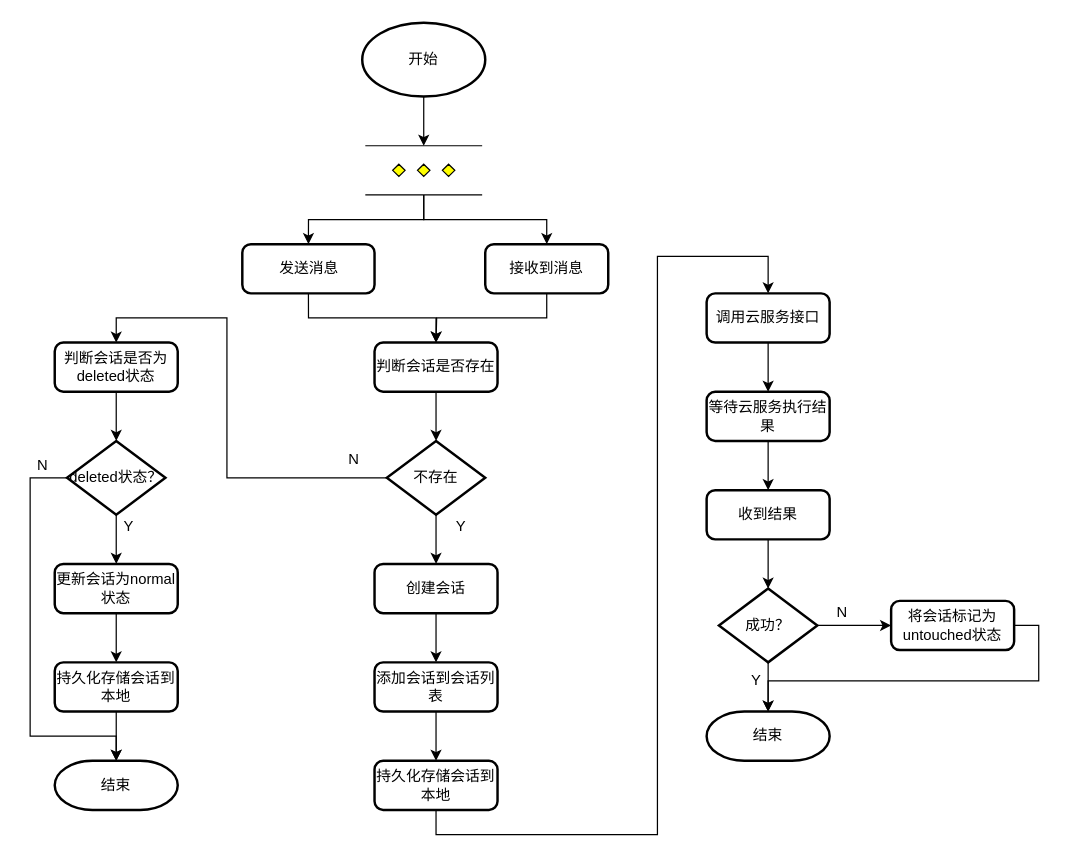
liuao2010/360MobileSafe keeps this draw.io diagram as page "flow-add-conversation" (2 of 11) of 获取会话列表.drawio. Above is the earlier version. Source tidied: cells renumbered, new cells numbered last; positions are measured from the earlier drawing's top-left corner, leaving out a move shared by most shapes. Both pictures are drawn from the tidied source at 123%, with x=0, y=0 at pixel (30, 22).
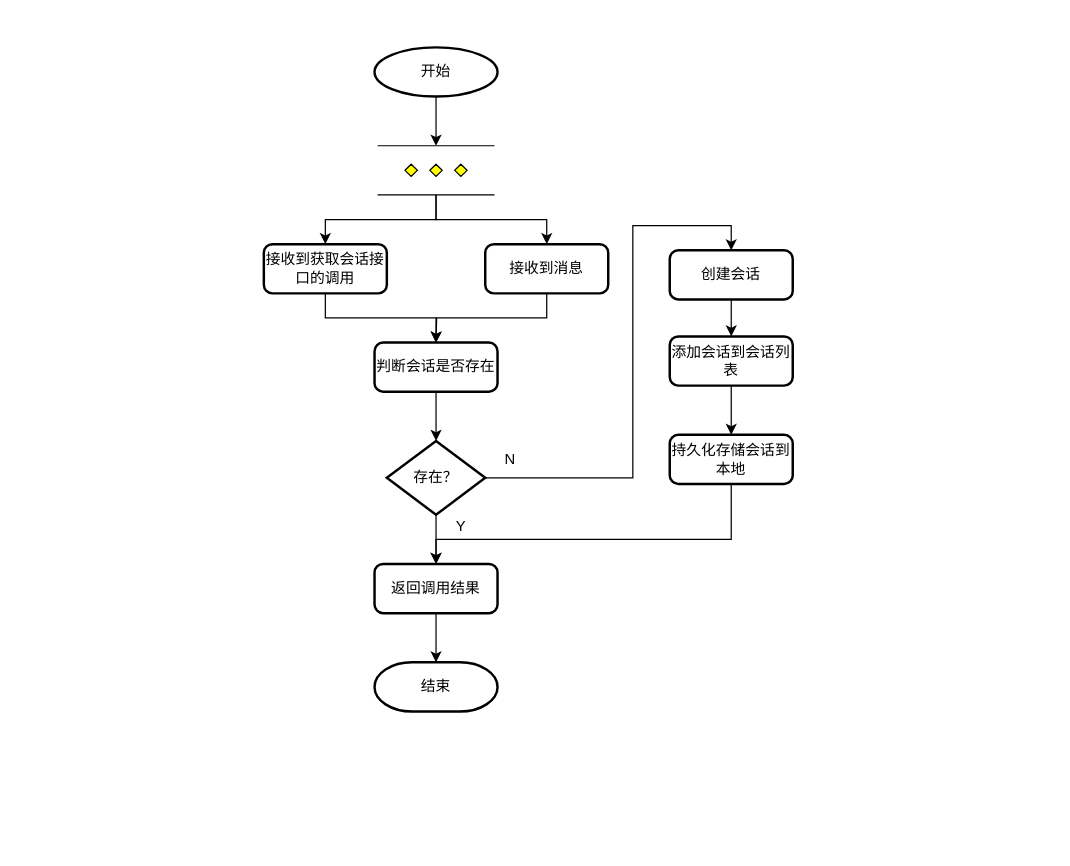
The same page after the edit.

Unchanged cells that the change refers to:
```xml
<mxCell id="10" value="接收到消息" style="rounded=1;whiteSpace=wrap;html=1;absoluteArcSize=1;arcSize=14;strokeWidth=2;" parent="1" vertex="1">
  <mxGeometry x="370" y="180" width="100" height="40" as="geometry" />
</mxCell>
<mxCell id="32" value="判断会话是否存在" style="rounded=1;whiteSpace=wrap;html=1;absoluteArcSize=1;arcSize=14;strokeWidth=2;" parent="1" vertex="1">
  <mxGeometry x="280" y="260" width="100" height="40" as="geometry" />
</mxCell>
```

Diff of the diagram source:
```diff
@@
-    <mxCell id="2" style="edgeStyle=orthogonalEdgeStyle;rounded=0;jettySize=auto;html=1;exitX=0.5;exitY=1;exitDx=0;exitDy=0;exitPerimeter=0;entryX=0.5;entryY=0;entryDx=0;entryDy=0;entryPerimeter=0;" parent="1" edge="1" source="3" target="6">
-      <mxGeometry relative="1" as="geometry" />
-    </mxCell>
+    <mxCell id="50" style="edgeStyle=orthogonalEdgeStyle;rounded=0;jettySize=auto;html=1;exitX=0.5;exitY=1;exitDx=0;exitDy=0;exitPerimeter=0;entryX=0.5;entryY=0;entryDx=0;entryDy=0;entryPerimeter=0;" parent="1" edge="1" source="3" target="61">
+      <mxGeometry relative="1" as="geometry" />
+    </mxCell>
     <mxCell id="3" value="开始" style="strokeWidth=2;html=1;shape=mxgraph.flowchart.start_1;whiteSpace=wrap;rounded=1;" parent="1" vertex="1">
-      <mxGeometry x="270" width="100" height="60" as="geometry" />
+      <mxGeometry x="280" y="20" width="100" height="40" as="geometry" />
     </mxCell>
-    <mxCell id="4" style="edgeStyle=orthogonalEdgeStyle;rounded=0;jettySize=auto;html=1;exitX=0.5;exitY=1;exitDx=0;exitDy=0;exitPerimeter=0;entryX=0.5;entryY=0;entryDx=0;entryDy=0;" parent="1" edge="1" source="6" target="8">
-      <mxGeometry relative="1" as="geometry" />
-    </mxCell>
-    <mxCell id="5" style="edgeStyle=orthogonalEdgeStyle;rounded=0;jettySize=auto;html=1;exitX=0.5;exitY=1;exitDx=0;exitDy=0;exitPerimeter=0;entryX=0.5;entryY=0;entryDx=0;entryDy=0;" parent="1" edge="1" source="6" target="10">
-      <mxGeometry relative="1" as="geometry" />
-    </mxCell>
-    <mxCell id="6" style="verticalLabelPosition=bottom;verticalAlign=top;html=1;shape=mxgraph.flowchart.parallel_mode;rounded=1;" parent="1" vertex="1">
-      <mxGeometry x="272.5" y="100" width="95" height="40" as="geometry" />
-    </mxCell>
-    <mxCell id="7" style="edgeStyle=orthogonalEdgeStyle;rounded=0;jettySize=auto;html=1;exitX=0.5;exitY=1;exitDx=0;exitDy=0;" parent="1" edge="1" source="8" target="32">
-      <mxGeometry relative="1" as="geometry" />
-    </mxCell>
-    <mxCell id="8" value="发送消息" style="rounded=1;whiteSpace=wrap;html=1;absoluteArcSize=1;arcSize=14;strokeWidth=2;" parent="1" vertex="1">
-      <mxGeometry x="172.5" y="180" width="107.5" height="40" as="geometry" />
-    </mxCell>
-    <mxCell id="9" style="edgeStyle=orthogonalEdgeStyle;rounded=0;jettySize=auto;html=1;exitX=0.5;exitY=1;exitDx=0;exitDy=0;" parent="1" edge="1" source="10">
-      <mxGeometry relative="1" as="geometry">
-        <mxPoint x="330" y="260" as="targetPoint" />
-      </mxGeometry>
-    </mxCell>
+    <mxCell id="51" style="edgeStyle=orthogonalEdgeStyle;rounded=0;jettySize=auto;html=1;exitX=0.5;exitY=1;exitDx=0;exitDy=0;" parent="1" edge="1" source="10">
+      <mxGeometry relative="1" as="geometry">
+        <mxPoint x="330" y="260" as="targetPoint" />
+      </mxGeometry>
+    </mxCell>
@@
     <mxCell id="12" value="创建会话" style="rounded=1;whiteSpace=wrap;html=1;absoluteArcSize=1;arcSize=14;strokeWidth=2;" parent="1" vertex="1">
-      <mxGeometry x="280" y="440" width="100" height="40" as="geometry" />
+      <mxGeometry x="520" y="185" width="100" height="40" as="geometry" />
     </mxCell>
@@
     <mxCell id="14" value="添加会话到会话列表" style="rounded=1;whiteSpace=wrap;html=1;absoluteArcSize=1;arcSize=14;strokeWidth=2;" parent="1" vertex="1">
-      <mxGeometry x="280" y="520" width="100" height="40" as="geometry" />
+      <mxGeometry x="520" y="255" width="100" height="40" as="geometry" />
     </mxCell>
-    <mxCell id="15" style="edgeStyle=orthogonalEdgeStyle;rounded=0;jettySize=auto;html=1;exitX=0.5;exitY=1;exitDx=0;exitDy=0;entryX=0.5;entryY=0;entryDx=0;entryDy=0;" parent="1" edge="1" source="16" target="18">
-      <mxGeometry relative="1" as="geometry">
-        <Array as="points">
-          <mxPoint x="330" y="660" />
-          <mxPoint x="510" y="660" />
-          <mxPoint x="510" y="190" />
-          <mxPoint x="600" y="190" />
-        </Array>
-      </mxGeometry>
-    </mxCell>
+    <mxCell id="52" style="edgeStyle=orthogonalEdgeStyle;rounded=0;jettySize=auto;html=1;exitX=0.5;exitY=1;exitDx=0;exitDy=0;entryX=0.5;entryY=0;entryDx=0;entryDy=0;" parent="1" edge="1" source="16" target="55">
+      <mxGeometry relative="1" as="geometry">
+        <Array as="points">
+          <mxPoint x="570" y="420" />
+          <mxPoint x="330" y="420" />
+        </Array>
+      </mxGeometry>
+    </mxCell>
     <mxCell id="16" value="持久化存储会话到本地" style="rounded=1;whiteSpace=wrap;html=1;absoluteArcSize=1;arcSize=14;strokeWidth=2;" parent="1" vertex="1">
-      <mxGeometry x="280" y="600" width="100" height="40" as="geometry" />
+      <mxGeometry x="520" y="335" width="100" height="40" as="geometry" />
     </mxCell>
-    <mxCell id="17" style="edgeStyle=orthogonalEdgeStyle;rounded=0;jettySize=auto;html=1;exitX=0.5;exitY=1;exitDx=0;exitDy=0;entryX=0.5;entryY=0;entryDx=0;entryDy=0;" parent="1" edge="1" source="18" target="20">
-      <mxGeometry relative="1" as="geometry" />
-    </mxCell>
-    <mxCell id="18" value="调用云服务接口" style="rounded=1;whiteSpace=wrap;html=1;absoluteArcSize=1;arcSize=14;strokeWidth=2;" parent="1" vertex="1">
-      <mxGeometry x="550" y="220" width="100" height="40" as="geometry" />
-    </mxCell>
-    <mxCell id="19" style="edgeStyle=orthogonalEdgeStyle;rounded=0;jettySize=auto;html=1;exitX=0.5;exitY=1;exitDx=0;exitDy=0;entryX=0.5;entryY=0;entryDx=0;entryDy=0;" parent="1" edge="1" source="20" target="22">
-      <mxGeometry relative="1" as="geometry" />
-    </mxCell>
-    <mxCell id="20" value="等待云服务执行结果" style="rounded=1;whiteSpace=wrap;html=1;absoluteArcSize=1;arcSize=14;strokeWidth=2;" parent="1" vertex="1">
-      <mxGeometry x="550" y="300" width="100" height="40" as="geometry" />
-    </mxCell>
-    <mxCell id="21" style="edgeStyle=orthogonalEdgeStyle;rounded=0;jettySize=auto;html=1;exitX=0.5;exitY=1;exitDx=0;exitDy=0;entryX=0.5;entryY=0;entryDx=0;entryDy=0;entryPerimeter=0;" parent="1" edge="1" source="22" target="25">
-      <mxGeometry relative="1" as="geometry" />
-    </mxCell>
-    <mxCell id="22" value="收到结果" style="rounded=1;whiteSpace=wrap;html=1;absoluteArcSize=1;arcSize=14;strokeWidth=2;" parent="1" vertex="1">
-      <mxGeometry x="550" y="380" width="100" height="40" as="geometry" />
-    </mxCell>
-    <mxCell id="23" style="edgeStyle=orthogonalEdgeStyle;rounded=0;jettySize=auto;html=1;exitX=0.5;exitY=1;exitDx=0;exitDy=0;exitPerimeter=0;entryX=0.5;entryY=0;entryDx=0;entryDy=0;entryPerimeter=0;" parent="1" edge="1" source="25" target="28">
-      <mxGeometry relative="1" as="geometry" />
-    </mxCell>
-    <mxCell id="24" style="edgeStyle=orthogonalEdgeStyle;rounded=0;jettySize=auto;html=1;exitX=1;exitY=0.5;exitDx=0;exitDy=0;exitPerimeter=0;entryX=0;entryY=0.5;entryDx=0;entryDy=0;" parent="1" edge="1" source="25" target="27">
-      <mxGeometry relative="1" as="geometry" />
-    </mxCell>
-    <mxCell id="25" value="成功？" style="strokeWidth=2;html=1;shape=mxgraph.flowchart.decision;whiteSpace=wrap;rounded=1;" parent="1" vertex="1">
-      <mxGeometry x="560" y="460" width="80" height="60" as="geometry" />
-    </mxCell>
-    <mxCell id="26" style="edgeStyle=orthogonalEdgeStyle;rounded=0;jettySize=auto;html=1;exitX=1;exitY=0.5;exitDx=0;exitDy=0;" parent="1" edge="1" source="27" target="28">
-      <mxGeometry relative="1" as="geometry" />
-    </mxCell>
-    <mxCell id="27" value="将会话标记为untouched状态" style="rounded=1;whiteSpace=wrap;html=1;absoluteArcSize=1;arcSize=14;strokeWidth=2;" parent="1" vertex="1">
-      <mxGeometry x="700" y="470" width="100" height="40" as="geometry" />
-    </mxCell>
-    <mxCell id="28" value="结束" style="strokeWidth=2;html=1;shape=mxgraph.flowchart.terminator;whiteSpace=wrap;rounded=1;" parent="1" vertex="1">
-      <mxGeometry x="550" y="560" width="100" height="40" as="geometry" />
-    </mxCell>
-    <mxCell id="29" value="N" style="text;html=1;align=center;verticalAlign=middle;" parent="1" vertex="1">
-      <mxGeometry x="650" y="470" width="20" height="20" as="geometry" />
-    </mxCell>
-    <mxCell id="30" value="Y" style="text;html=1;align=center;verticalAlign=middle;" parent="1" vertex="1">
-      <mxGeometry x="580" y="525" width="20" height="20" as="geometry" />
-    </mxCell>
@@
+    <mxCell id="53" style="edgeStyle=orthogonalEdgeStyle;rounded=0;jettySize=auto;html=1;exitX=0.5;exitY=1;exitDx=0;exitDy=0;exitPerimeter=0;entryX=0.5;entryY=0;entryDx=0;entryDy=0;" parent="1" edge="1" source="35" target="55">
+      <mxGeometry relative="1" as="geometry" />
+    </mxCell>
-    <mxCell id="33" style="edgeStyle=orthogonalEdgeStyle;rounded=0;jettySize=auto;html=1;exitX=0.5;exitY=1;exitDx=0;exitDy=0;exitPerimeter=0;entryX=0.5;entryY=0;entryDx=0;entryDy=0;" parent="1" edge="1" source="35" target="12">
-      <mxGeometry relative="1" as="geometry" />
+    <mxCell id="33" style="edgeStyle=orthogonalEdgeStyle;rounded=0;jettySize=auto;html=1;exitX=1;exitY=0.5;exitDx=0;exitDy=0;exitPerimeter=0;entryX=0.5;entryY=0;entryDx=0;entryDy=0;" parent="1" edge="1" source="35" target="12">
+      <mxGeometry relative="1" as="geometry">
+        <Array as="points">
+          <mxPoint x="490" y="370" />
+          <mxPoint x="490" y="165" />
+          <mxPoint x="570" y="165" />
+        </Array>
+      </mxGeometry>
     </mxCell>
-    <mxCell id="34" style="edgeStyle=orthogonalEdgeStyle;rounded=0;jettySize=auto;html=1;exitX=0;exitY=0.5;exitDx=0;exitDy=0;exitPerimeter=0;entryX=0.5;entryY=0;entryDx=0;entryDy=0;" parent="1" edge="1" source="35" target="37">
-      <mxGeometry relative="1" as="geometry">
-        <Array as="points">
-          <mxPoint x="160" y="370" />
-          <mxPoint x="160" y="240" />
-          <mxPoint x="70" y="240" />
-        </Array>
-      </mxGeometry>
-    </mxCell>
-    <mxCell id="35" value="不存在" style="strokeWidth=2;html=1;shape=mxgraph.flowchart.decision;whiteSpace=wrap;rounded=1;" parent="1" vertex="1">
+    <mxCell id="35" value="存在？" style="strokeWidth=2;html=1;shape=mxgraph.flowchart.decision;whiteSpace=wrap;rounded=1;" parent="1" vertex="1">
       <mxGeometry x="290" y="340" width="80" height="60" as="geometry" />
     </mxCell>
-    <mxCell id="36" style="edgeStyle=orthogonalEdgeStyle;rounded=0;jettySize=auto;html=1;exitX=0.5;exitY=1;exitDx=0;exitDy=0;entryX=0.5;entryY=0;entryDx=0;entryDy=0;entryPerimeter=0;" parent="1" edge="1" source="37" target="40">
-      <mxGeometry relative="1" as="geometry" />
-    </mxCell>
-    <mxCell id="37" value="判断会话是否为deleted状态" style="rounded=1;whiteSpace=wrap;html=1;absoluteArcSize=1;arcSize=14;strokeWidth=2;" parent="1" vertex="1">
-      <mxGeometry x="20" y="260" width="100" height="40" as="geometry" />
-    </mxCell>
-    <mxCell id="38" style="edgeStyle=orthogonalEdgeStyle;rounded=0;jettySize=auto;html=1;exitX=0.5;exitY=1;exitDx=0;exitDy=0;exitPerimeter=0;entryX=0.5;entryY=0;entryDx=0;entryDy=0;" parent="1" edge="1" source="40" target="42">
-      <mxGeometry relative="1" as="geometry" />
-    </mxCell>
-    <mxCell id="39" style="edgeStyle=orthogonalEdgeStyle;rounded=0;jettySize=auto;html=1;exitX=0;exitY=0.5;exitDx=0;exitDy=0;exitPerimeter=0;entryX=0.5;entryY=0;entryDx=0;entryDy=0;entryPerimeter=0;" parent="1" edge="1" source="40" target="47">
-      <mxGeometry relative="1" as="geometry">
-        <Array as="points">
-          <mxPoint y="370" />
-          <mxPoint y="580" />
-          <mxPoint x="70" y="580" />
-        </Array>
-      </mxGeometry>
-    </mxCell>
-    <mxCell id="40" value="deleted状态？" style="strokeWidth=2;html=1;shape=mxgraph.flowchart.decision;whiteSpace=wrap;rounded=1;" parent="1" vertex="1">
-      <mxGeometry x="30" y="340" width="80" height="60" as="geometry" />
-    </mxCell>
-    <mxCell id="41" style="edgeStyle=orthogonalEdgeStyle;rounded=0;jettySize=auto;html=1;exitX=0.5;exitY=1;exitDx=0;exitDy=0;entryX=0.5;entryY=0;entryDx=0;entryDy=0;" parent="1" edge="1" source="42" target="46">
-      <mxGeometry relative="1" as="geometry" />
-    </mxCell>
-    <mxCell id="42" value="更新会话为normal状态" style="rounded=1;whiteSpace=wrap;html=1;absoluteArcSize=1;arcSize=14;strokeWidth=2;" parent="1" vertex="1">
-      <mxGeometry x="20" y="440" width="100" height="40" as="geometry" />
-    </mxCell>
-    <mxCell id="43" value="Y" style="text;html=1;align=center;verticalAlign=middle;" parent="1" vertex="1">
-      <mxGeometry x="70" y="400" width="20" height="20" as="geometry" />
-    </mxCell>
-    <mxCell id="44" value="N" style="text;html=1;align=center;verticalAlign=middle;" parent="1" vertex="1">
-      <mxGeometry y="350" width="20" height="20" as="geometry" />
-    </mxCell>
-    <mxCell id="45" style="edgeStyle=orthogonalEdgeStyle;rounded=0;jettySize=auto;html=1;exitX=0.5;exitY=1;exitDx=0;exitDy=0;entryX=0.5;entryY=0;entryDx=0;entryDy=0;entryPerimeter=0;" parent="1" edge="1" source="46" target="47">
-      <mxGeometry relative="1" as="geometry" />
-    </mxCell>
-    <mxCell id="46" value="持久化存储会话到本地" style="rounded=1;whiteSpace=wrap;html=1;absoluteArcSize=1;arcSize=14;strokeWidth=2;" parent="1" vertex="1">
-      <mxGeometry x="20" y="520" width="100" height="40" as="geometry" />
-    </mxCell>
-    <mxCell id="47" value="结束" style="strokeWidth=2;html=1;shape=mxgraph.flowchart.terminator;whiteSpace=wrap;rounded=1;" parent="1" vertex="1">
-      <mxGeometry x="20" y="600" width="100" height="40" as="geometry" />
-    </mxCell>
-    <mxCell id="48" value="N" style="text;html=1;align=center;verticalAlign=middle;" parent="1" vertex="1">
-      <mxGeometry x="252.5" y="345" width="20" height="20" as="geometry" />
-    </mxCell>
+    <mxCell id="54" style="edgeStyle=orthogonalEdgeStyle;rounded=0;jettySize=auto;html=1;exitX=0.5;exitY=1;exitDx=0;exitDy=0;entryX=0.5;entryY=0;entryDx=0;entryDy=0;entryPerimeter=0;" parent="1" edge="1" source="55" target="56">
+      <mxGeometry relative="1" as="geometry" />
+    </mxCell>
+    <mxCell id="55" value="返回调用结果" style="rounded=1;whiteSpace=wrap;html=1;absoluteArcSize=1;arcSize=14;strokeWidth=2;" parent="1" vertex="1">
+      <mxGeometry x="280" y="440" width="100" height="40" as="geometry" />
+    </mxCell>
+    <mxCell id="56" value="结束" style="strokeWidth=2;html=1;shape=mxgraph.flowchart.terminator;whiteSpace=wrap;" parent="1" vertex="1">
+      <mxGeometry x="280" y="520" width="100" height="40" as="geometry" />
+    </mxCell>
+    <mxCell id="57" style="edgeStyle=orthogonalEdgeStyle;rounded=0;jettySize=auto;html=1;exitX=0.5;exitY=1;exitDx=0;exitDy=0;entryX=0.5;entryY=0;entryDx=0;entryDy=0;" parent="1" edge="1" source="58" target="32">
+      <mxGeometry relative="1" as="geometry" />
+    </mxCell>
+    <mxCell id="58" value="接收到获取会话接口的调用" style="rounded=1;whiteSpace=wrap;html=1;absoluteArcSize=1;arcSize=14;strokeWidth=2;" parent="1" vertex="1">
+      <mxGeometry x="190" y="180" width="100" height="40" as="geometry" />
+    </mxCell>
+    <mxCell id="59" style="edgeStyle=orthogonalEdgeStyle;rounded=0;jettySize=auto;html=1;exitX=0.5;exitY=1;exitDx=0;exitDy=0;exitPerimeter=0;entryX=0.5;entryY=0;entryDx=0;entryDy=0;" parent="1" edge="1" source="61" target="58">
+      <mxGeometry relative="1" as="geometry" />
+    </mxCell>
+    <mxCell id="60" style="edgeStyle=orthogonalEdgeStyle;rounded=0;jettySize=auto;html=1;exitX=0.5;exitY=1;exitDx=0;exitDy=0;exitPerimeter=0;entryX=0.5;entryY=0;entryDx=0;entryDy=0;" parent="1" edge="1" source="61" target="10">
+      <mxGeometry relative="1" as="geometry" />
+    </mxCell>
+    <mxCell id="61" style="verticalLabelPosition=bottom;verticalAlign=top;html=1;shape=mxgraph.flowchart.parallel_mode;" parent="1" vertex="1">
+      <mxGeometry x="282.5" y="100" width="95" height="40" as="geometry" />
+    </mxCell>
+    <mxCell id="62" value="N" style="text;html=1;align=center;verticalAlign=middle;" parent="1" vertex="1">
+      <mxGeometry x="380" y="345" width="20" height="20" as="geometry" />
+    </mxCell>
```
